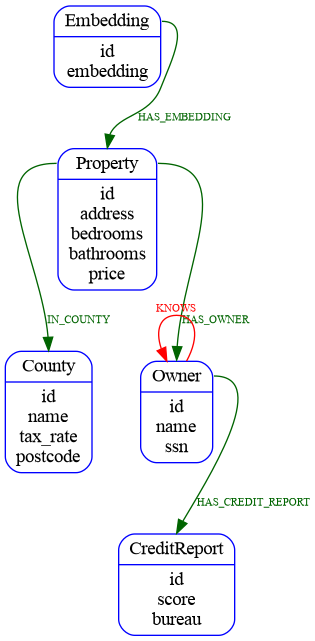
Before: docs/graph.png, a diagram exported from Graphviz (maguec/SpannerPropertyGraph). Its source is kept beside it as docs/graph.dot.
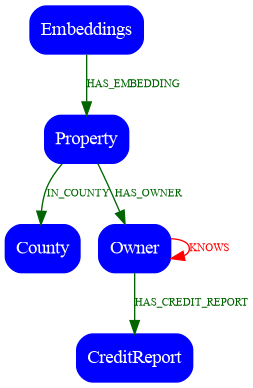
The same file after the commit.

Diff of the diagram source:
```diff
@@ -1,17 +1,17 @@
 digraph diag {
-  node [shape=Mrecord, color=Blue];
+  node [shape=Mrecord, color=Blue, fillcolor=Blue, style=filled, fontcolor=white];
   edge [fontcolor=darkgreen, color=darkgreen,fontsize=8];
-  nodesep=0.5;
+  nodesep=0.2;
 
-  Property [label="{<f0> Property|<f1> id\naddress\nbedrooms\nbathrooms\nprice}"];
-  County [label="{<f0> County|<f1> id\nname\ntax_rate\npostcode}"];
-  Owner [label="{<f0> Owner|<f1> id\nname\nssn}"];
-  CreditReport [label="{<f0> CreditReport|<f1> id\nscore\nbureau}"];
-  Embedding [label="{<f0> Embedding|<f1> id\nembedding}"];
+  Property [label="Property"];
+  County [label="County"];
+  Owner [label="Owner"];
+  CreditReport [label="CreditReport"];
+  Embeds [label="Embeddings"];
 
-  Property:f0 -> County:f0 [label=IN_COUNTY];
-  Property:f0 -> Owner:f0 [label=HAS_OWNER];
-  Owner:f0 -> CreditReport:f0 [label=HAS_CREDIT_REPORT];
-  Owner:f0 -> Owner:f0 [label=KNOWS,color=red, fontcolor=red];
-  Embedding:f0 -> Property:f0 [label=HAS_EMBEDDING];
+  Property -> County [label=IN_COUNTY];
+  Property -> Owner [label=HAS_OWNER];
+  Owner -> CreditReport [label=HAS_CREDIT_REPORT];
+  Owner -> Owner [label=KNOWS,color=red, fontcolor=red];
+  Embeds -> Property [label=HAS_EMBEDDING];
 }
```
